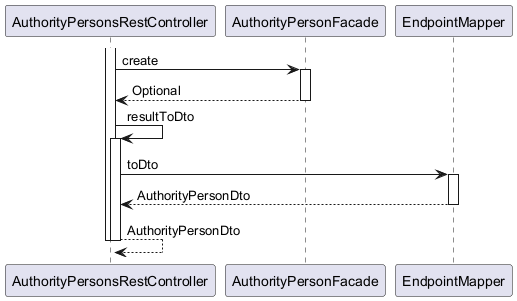
Earlier version of the PlantUML export ingress/documentation/html/images/Organization.AuthorityPerson.createPerson.puml.png.png (OlegSopilnyak/school-demo).
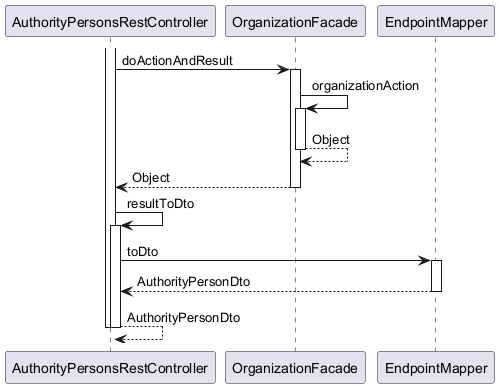
After the commit.

Diff of the diagram source:
```diff
@@ -1,14 +1,18 @@
 @startuml
 
 participant AuthorityPersonsRestController
-participant AuthorityPersonFacade
+participant OrganizationFacade
 participant EndpointMapper
 
 activate AuthorityPersonsRestController
-	AuthorityPersonsRestController -> AuthorityPersonFacade : create
-	activate AuthorityPersonFacade
-		AuthorityPersonFacade --> AuthorityPersonsRestController : Optional
-	deactivate AuthorityPersonFacade
+	AuthorityPersonsRestController -> OrganizationFacade : doActionAndResult
+	activate OrganizationFacade
+		OrganizationFacade -> OrganizationFacade : organizationAction
+		activate OrganizationFacade
+			OrganizationFacade --> OrganizationFacade : Object
+		deactivate OrganizationFacade
+		OrganizationFacade --> AuthorityPersonsRestController : Object
+	deactivate OrganizationFacade
 	AuthorityPersonsRestController -> AuthorityPersonsRestController : resultToDto
 	activate AuthorityPersonsRestController
 		AuthorityPersonsRestController -> EndpointMapper : toDto
```
